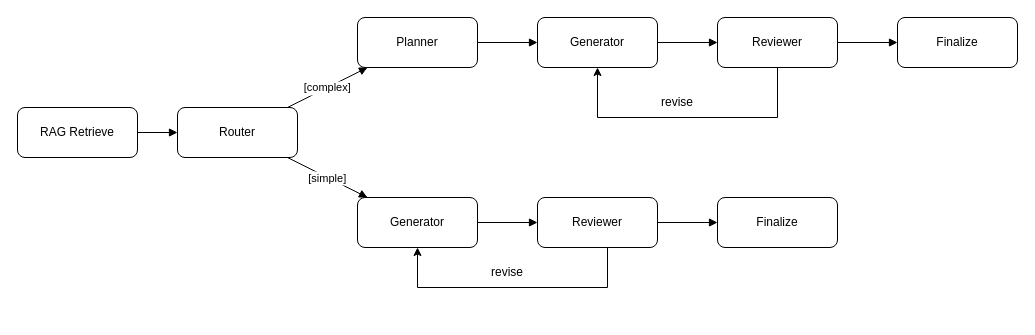
This is Untitled Diagram.drawio from orchlonn/AI-IDE, a draw.io file, before an edit. Source tidied: cells renumbered, new cells numbered last; positions are measured from the earlier drawing's top-left corner, leaving out a move shared by most shapes. Both pictures are drawn from the tidied source at 100%, with x=0, y=0 at pixel (17, 17).
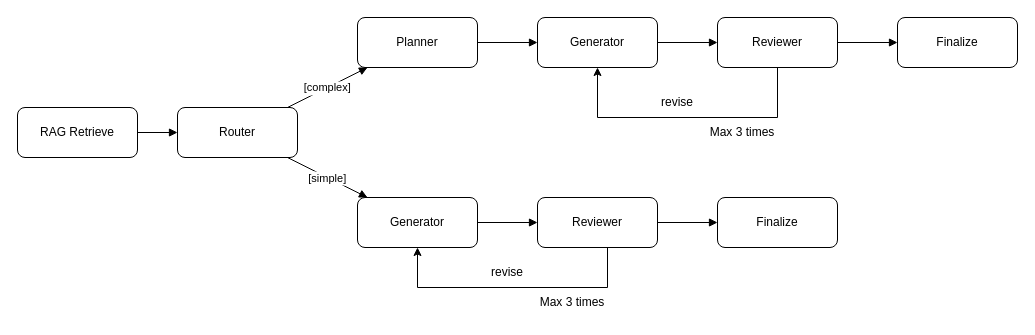
Above is the later version.

The edit, as a diff of the source:
```diff
@@
+    <mxCell id="23" value="Max 3 times" style="text;html=1;whiteSpace=wrap;strokeColor=none;fillColor=none;align=center;verticalAlign=middle;rounded=0;" parent="1" vertex="1">
+      <mxGeometry x="680" y="100" width="90" height="30" as="geometry" />
+    </mxCell>
+    <mxCell id="24" value="Max 3 times" style="text;html=1;whiteSpace=wrap;strokeColor=none;fillColor=none;align=center;verticalAlign=middle;rounded=0;" parent="1" vertex="1">
+      <mxGeometry x="510" y="270" width="90" height="30" as="geometry" />
+    </mxCell>
```
